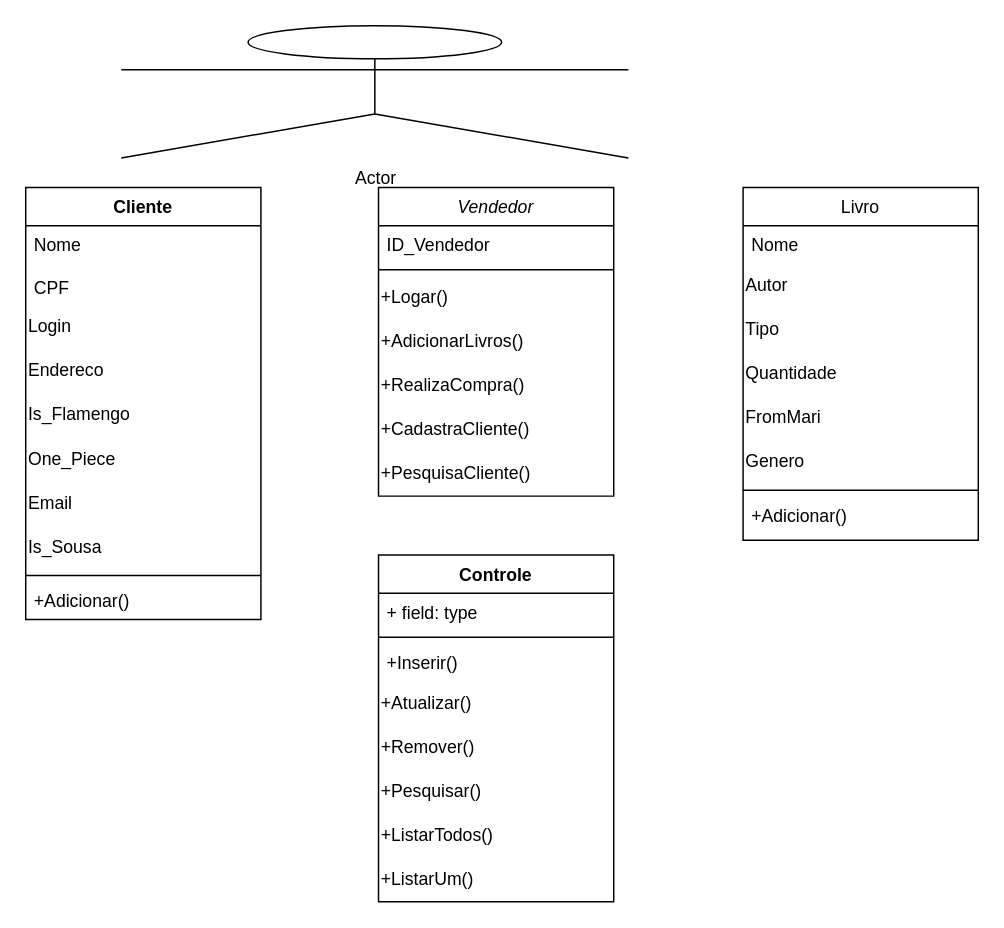
Before: Documentação/UML_Primeira_Parte.drawio in AlecrimLunar/Banco-de-dados-Livraria, a draw.io diagram. Source tidied: cells renumbered, new cells numbered last; positions are measured from the earlier drawing's top-left corner, leaving out a move shared by most shapes. Both pictures are drawn from the tidied source at 147%, with x=0, y=0 at pixel (25, 25).
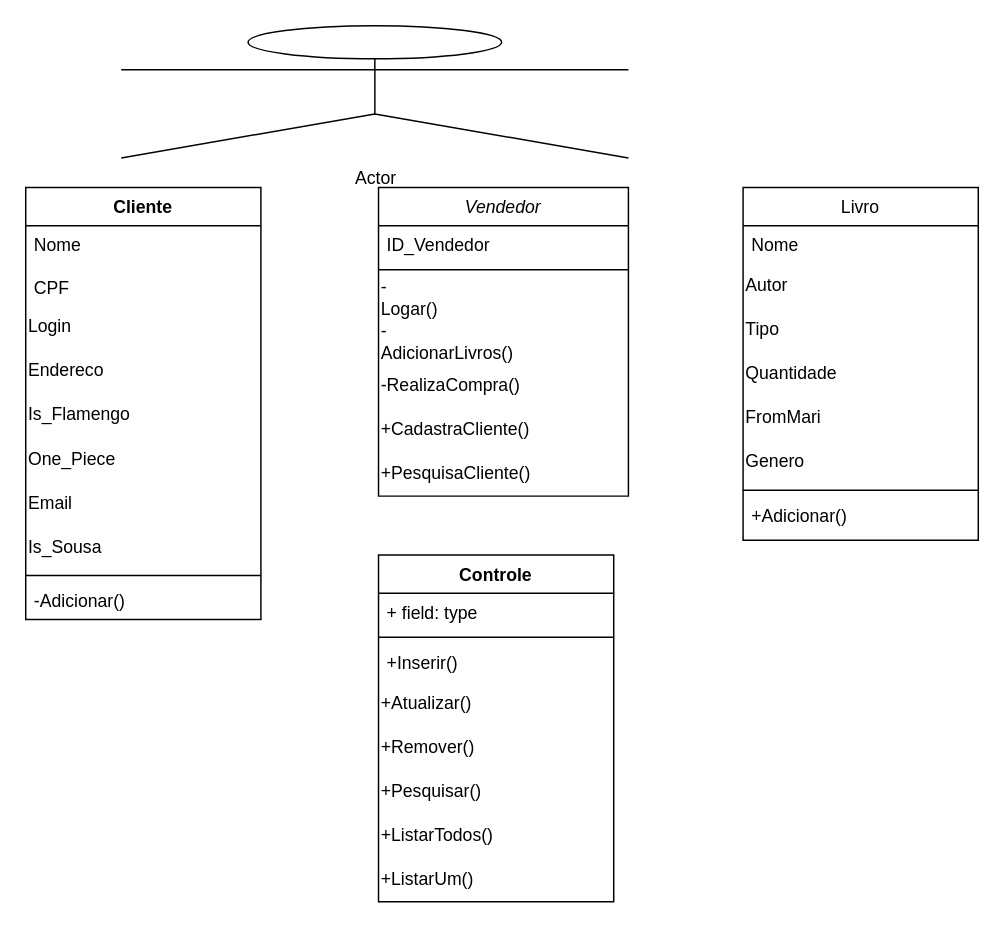
Above is the later version.

Unchanged cells that the change refers to:
```xml
<mxCell id="28" value="Cliente" style="swimlane;fontStyle=1;align=center;verticalAlign=top;horizontal=1;startSize=26;whiteSpace=wrap;html=1;" parent="1" vertex="1">
  <mxGeometry y="110" width="160" height="294" as="geometry" />
</mxCell>
```

Diff of the diagram source:
```diff
@@
     <mxCell id="2" value="Vendedor" style="swimlane;fontStyle=2;align=center;verticalAlign=top;horizontal=1;startSize=26;rounded=0;shadow=0;strokeWidth=1;" parent="1" vertex="1">
-      <mxGeometry x="240" y="110" width="160" height="210" as="geometry" />
+      <mxGeometry x="240" y="110" width="170" height="210" as="geometry" />
     </mxCell>
     <mxCell id="3" value="ID_Vendedor" style="text;align=left;verticalAlign=top;spacingLeft=4;spacingRight=4;overflow=hidden;" parent="2" vertex="1">
-      <mxGeometry y="26" width="160" height="26" as="geometry" />
+      <mxGeometry y="26" width="170" height="26" as="geometry" />
     </mxCell>
     <mxCell id="4" style="line;html=1;strokeWidth=1;align=left;verticalAlign=middle;spacingTop=-1;spacingLeft=3;spacingRight=3;labelPosition=right;" parent="2" vertex="1">
-      <mxGeometry y="52" width="160" height="8" as="geometry" />
+      <mxGeometry y="52" width="170" height="8" as="geometry" />
     </mxCell>
-    <mxCell id="5" value="&lt;div align=&quot;left&quot;&gt;+Logar()&lt;/div&gt;" style="text;html=1;align=left;verticalAlign=middle;strokeColor=none;fillColor=none;" parent="2" vertex="1">
-      <mxGeometry y="60" width="160" height="30" as="geometry" />
+    <mxCell id="5" value="&lt;div align=&quot;left&quot;&gt;&lt;span style=&quot;text-wrap: wrap; background-color: initial;&quot;&gt;-&lt;/span&gt;Logar()&lt;/div&gt;" style="text;html=1;align=left;verticalAlign=middle;strokeColor=none;fillColor=none;" parent="2" vertex="1">
+      <mxGeometry y="60" width="170" height="30" as="geometry" />
     </mxCell>
-    <mxCell id="6" value="+AdicionarLivros()" style="text;html=1;align=left;verticalAlign=middle;strokeColor=none;fillColor=none;" parent="2" vertex="1">
-      <mxGeometry y="90" width="160" height="30" as="geometry" />
+    <mxCell id="6" value="&lt;span style=&quot;text-wrap: wrap;&quot;&gt;-AdicionarLivros()&lt;/span&gt;" style="text;html=1;align=left;verticalAlign=middle;strokeColor=none;fillColor=none;" parent="2" vertex="1">
+      <mxGeometry y="90" width="170" height="30" as="geometry" />
     </mxCell>
-    <mxCell id="7" value="+RealizaCompra()" style="text;html=1;align=left;verticalAlign=middle;strokeColor=none;fillColor=none;" parent="2" vertex="1">
-      <mxGeometry y="120" width="160" height="30" as="geometry" />
+    <mxCell id="7" value="-RealizaCompra()" style="text;html=1;align=left;verticalAlign=middle;strokeColor=none;fillColor=none;" parent="2" vertex="1">
+      <mxGeometry y="120" width="170" height="30" as="geometry" />
     </mxCell>
     <mxCell id="8" value="+CadastraCliente()" style="text;html=1;align=left;verticalAlign=middle;strokeColor=none;fillColor=none;" parent="2" vertex="1">
-      <mxGeometry y="150" width="160" height="30" as="geometry" />
+      <mxGeometry y="150" width="170" height="30" as="geometry" />
     </mxCell>
     <mxCell id="9" value="+PesquisaCliente()" style="text;html=1;align=left;verticalAlign=middle;strokeColor=none;fillColor=none;" parent="2" vertex="1">
-      <mxGeometry y="180" width="160" height="30" as="geometry" />
+      <mxGeometry y="180" width="170" height="30" as="geometry" />
     </mxCell>
@@
-    <mxCell id="29" value="Nome&lt;div&gt;&lt;br&gt;&lt;div&gt;CPF&lt;/div&gt;&lt;/div&gt;&lt;div&gt;&lt;br&gt;&lt;/div&gt;" style="text;strokeColor=none;fillColor=none;align=left;verticalAlign=top;spacingLeft=4;spacingRight=4;overflow=hidden;whiteSpace=wrap;html=1;" parent="28" vertex="1">
+    <mxCell id="29" value="Nome&lt;div&gt;&lt;br&gt;&lt;/div&gt;&lt;div&gt;CPF&lt;/div&gt;&lt;div&gt;&lt;br&gt;&lt;/div&gt;" style="text;strokeColor=none;fillColor=none;align=left;verticalAlign=top;spacingLeft=4;spacingRight=4;overflow=hidden;whiteSpace=wrap;html=1;" parent="28" vertex="1">
       <mxGeometry y="26" width="160" height="54" as="geometry" />
     </mxCell>
@@
-    <mxCell id="37" value="+Adicionar()" style="text;strokeColor=none;fillColor=none;align=left;verticalAlign=top;spacingLeft=4;spacingRight=4;overflow=hidden;whiteSpace=wrap;html=1;" parent="28" vertex="1">
+    <mxCell id="37" value="-Adicionar()" style="text;strokeColor=none;fillColor=none;align=left;verticalAlign=top;spacingLeft=4;spacingRight=4;overflow=hidden;whiteSpace=wrap;html=1;" parent="28" vertex="1">
       <mxGeometry y="268" width="160" height="26" as="geometry" />
     </mxCell>
```
